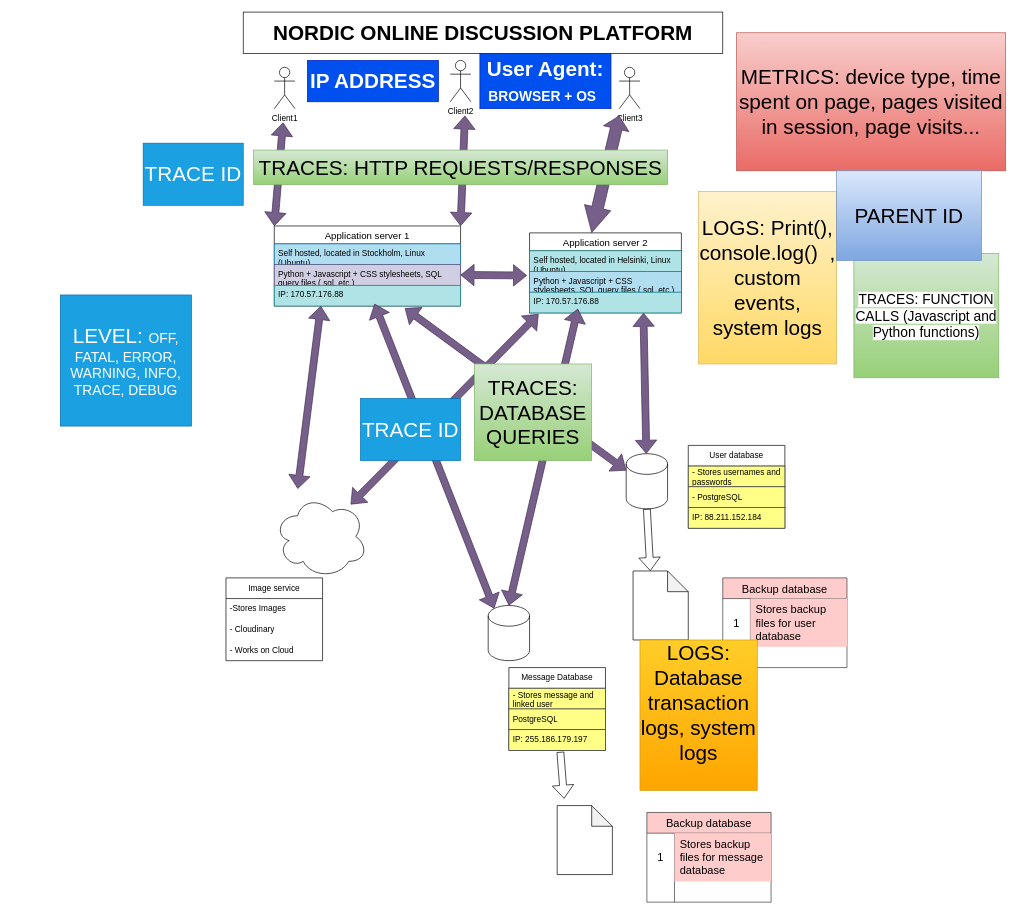
The draw.io diagram Imaginary_software.drawio in Fault-Furious/Documents, before the edit. Source tidied: cells renumbered, new cells numbered last; positions are measured from the earlier drawing's top-left corner, leaving out a move shared by most shapes. Both pictures are drawn from the tidied source at 69%, with x=0, y=0 at pixel (60, 12).
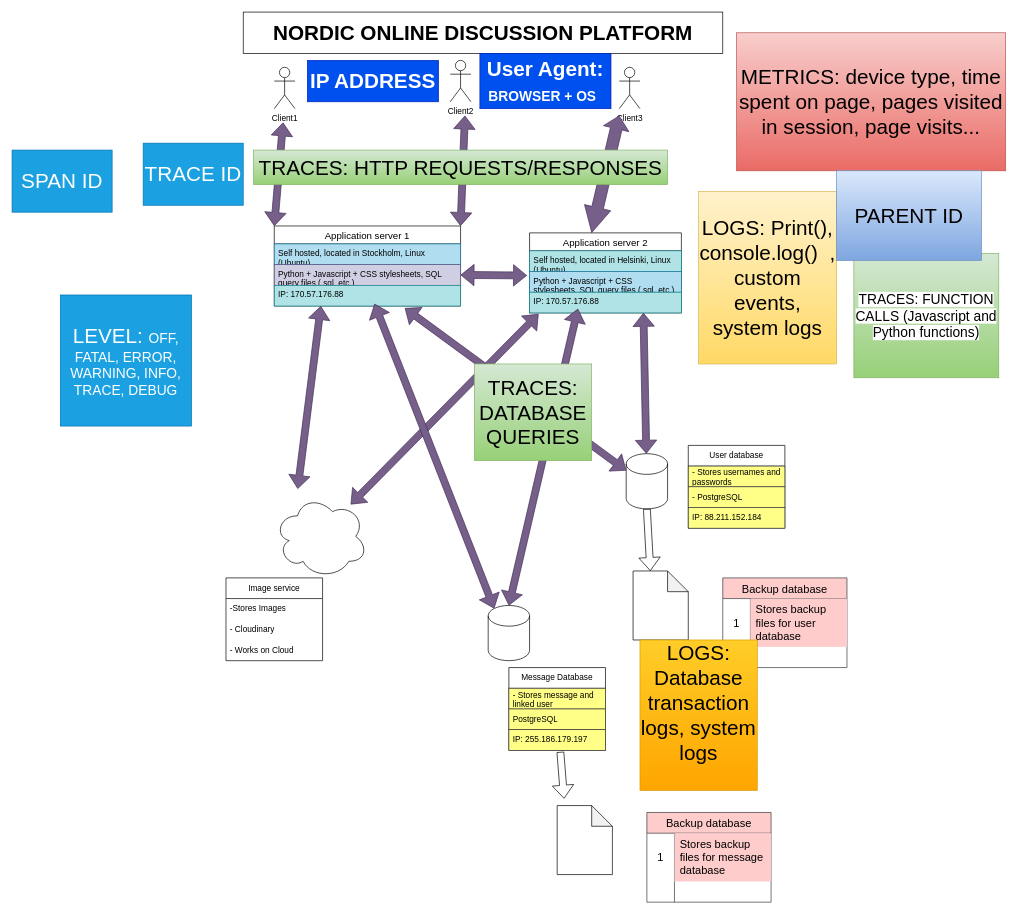
The same diagram, later.

What changed in the source:
```diff
@@
-    <mxCell id="66" value="&lt;font style=&quot;font-size: 30px;&quot;&gt;TRACE ID&lt;/font&gt;" style="rounded=0;whiteSpace=wrap;html=1;fillColor=#1ba1e2;fontColor=#ffffff;strokeColor=#006EAF;" parent="1" vertex="1">
-      <mxGeometry x="435" y="560" width="145" height="90" as="geometry" />
+    <mxCell id="66" value="&lt;font style=&quot;font-size: 30px;&quot;&gt;SPAN ID&lt;/font&gt;" style="rounded=0;whiteSpace=wrap;html=1;fillColor=#1ba1e2;fontColor=#ffffff;strokeColor=#006EAF;" parent="1" vertex="1">
+      <mxGeometry x="-70" y="200" width="145" height="90" as="geometry" />
     </mxCell>
```
